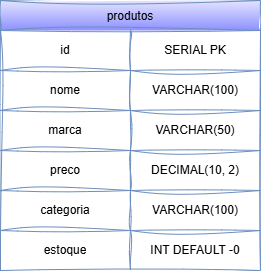
Above: diagramas/produtos.png in gabiyamamoto/progresso-banco-de-dados (draw.io), before the change. Source tidied: cells renumbered, new cells last; positions are measured from the earlier drawing's top-left corner, leaving out a move shared by most shapes.
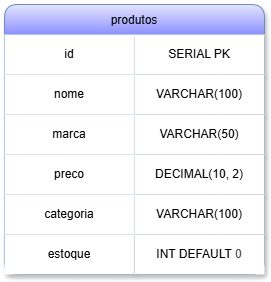
After the commit.

Commit message:
feat: salva png do DER de produtos

What changed in the source:
```diff
@@ -2,61 +2,61 @@
   <root>
     <mxCell id="0" />
     <mxCell id="1" parent="0" />
-    <mxCell id="2" value="produtos" style="shape=table;startSize=30;sketch=1;curveFitting=1;jiggle=2;fillColor=#E4E4FF;strokeColor=#6c8ebf;gradientColor=#8D91FF;swimlaneFillColor=none;" parent="1" vertex="1">
+    <mxCell id="2" value="produtos" style="shape=table;startSize=30;fillColor=#E4E4FF;strokeColor=#6c8ebf;gradientColor=#8D91FF;swimlaneFillColor=none;rounded=1;swimlaneLine=1;shadow=1;" parent="1" vertex="1">
       <mxGeometry width="260" height="270" as="geometry" />
     </mxCell>
-    <mxCell id="3" style="shape=tableRow;horizontal=0;startSize=0;swimlaneHead=0;swimlaneBody=0;strokeColor=inherit;top=0;left=0;bottom=0;right=0;fillColor=none;sketch=1;curveFitting=1;jiggle=2;" parent="2" vertex="1">
+    <mxCell id="3" style="shape=tableRow;horizontal=0;startSize=0;swimlaneHead=0;swimlaneBody=0;strokeColor=inherit;top=0;left=0;bottom=0;right=0;fillColor=none;" parent="2" vertex="1">
       <mxGeometry y="30" width="260" height="40" as="geometry" />
     </mxCell>
-    <mxCell id="4" value="id" style="shape=partialRectangle;html=1;whiteSpace=wrap;strokeColor=inherit;overflow=hidden;fillColor=none;top=0;left=0;bottom=0;right=0;sketch=1;curveFitting=1;jiggle=2;" parent="3" vertex="1">
+    <mxCell id="4" value="id" style="shape=partialRectangle;html=1;whiteSpace=wrap;strokeColor=#d6b656;overflow=hidden;fillColor=#FFFFFF;top=0;left=0;bottom=0;right=0;fillStyle=solid;" parent="3" vertex="1">
       <mxGeometry width="130" height="40" as="geometry" />
     </mxCell>
-    <mxCell id="5" value="SERIAL PK" style="shape=partialRectangle;html=1;whiteSpace=wrap;strokeColor=#6c8ebf;overflow=hidden;fillColor=none;top=0;left=0;bottom=0;right=0;sketch=1;curveFitting=1;jiggle=2;gradientColor=default;" parent="3" vertex="1">
+    <mxCell id="5" value="SERIAL PK" style="shape=partialRectangle;html=1;whiteSpace=wrap;overflow=hidden;top=0;left=0;bottom=0;right=0;shadow=1;" parent="3" vertex="1">
       <mxGeometry x="130" width="130" height="40" as="geometry" />
     </mxCell>
-    <mxCell id="6" style="shape=tableRow;horizontal=0;startSize=0;swimlaneHead=0;swimlaneBody=0;strokeColor=inherit;top=0;left=0;bottom=0;right=0;fillColor=none;sketch=1;curveFitting=1;jiggle=2;" parent="2" vertex="1">
+    <mxCell id="6" style="shape=tableRow;horizontal=0;startSize=0;swimlaneHead=0;swimlaneBody=0;strokeColor=inherit;top=0;left=0;bottom=0;right=0;fillColor=none;" parent="2" vertex="1">
       <mxGeometry y="70" width="260" height="40" as="geometry" />
     </mxCell>
-    <mxCell id="7" value="nome" style="shape=partialRectangle;html=1;whiteSpace=wrap;strokeColor=inherit;overflow=hidden;fillColor=none;top=0;left=0;bottom=0;right=0;sketch=1;curveFitting=1;jiggle=2;" parent="6" vertex="1">
+    <mxCell id="7" value="nome" style="shape=partialRectangle;html=1;whiteSpace=wrap;overflow=hidden;top=0;left=0;bottom=0;right=0;" parent="6" vertex="1">
       <mxGeometry width="130" height="40" as="geometry" />
     </mxCell>
-    <mxCell id="8" value="VARCHAR(100)" style="shape=partialRectangle;html=1;whiteSpace=wrap;strokeColor=inherit;overflow=hidden;fillColor=none;top=0;left=0;bottom=0;right=0;sketch=1;curveFitting=1;jiggle=2;" parent="6" vertex="1">
+    <mxCell id="8" value="VARCHAR(100)" style="shape=partialRectangle;html=1;whiteSpace=wrap;overflow=hidden;top=0;left=0;bottom=0;right=0;shadow=1;" parent="6" vertex="1">
       <mxGeometry x="130" width="130" height="40" as="geometry" />
     </mxCell>
-    <mxCell id="9" style="shape=tableRow;horizontal=0;startSize=0;swimlaneHead=0;swimlaneBody=0;strokeColor=inherit;top=0;left=0;bottom=0;right=0;fillColor=none;sketch=1;curveFitting=1;jiggle=2;" parent="2" vertex="1">
+    <mxCell id="9" style="shape=tableRow;horizontal=0;startSize=0;swimlaneHead=0;swimlaneBody=0;strokeColor=inherit;top=0;left=0;bottom=0;right=0;fillColor=none;" parent="2" vertex="1">
       <mxGeometry y="110" width="260" height="40" as="geometry" />
     </mxCell>
-    <mxCell id="10" value="marca" style="shape=partialRectangle;html=1;whiteSpace=wrap;strokeColor=inherit;overflow=hidden;fillColor=none;top=0;left=0;bottom=0;right=0;sketch=1;curveFitting=1;jiggle=2;" parent="9" vertex="1">
+    <mxCell id="10" value="marca" style="shape=partialRectangle;html=1;whiteSpace=wrap;overflow=hidden;top=0;left=0;bottom=0;right=0;" parent="9" vertex="1">
       <mxGeometry width="130" height="40" as="geometry" />
     </mxCell>
-    <mxCell id="11" value="VARCHAR(50)" style="shape=partialRectangle;html=1;whiteSpace=wrap;strokeColor=inherit;overflow=hidden;fillColor=none;top=0;left=0;bottom=0;right=0;sketch=1;curveFitting=1;jiggle=2;" parent="9" vertex="1">
+    <mxCell id="11" value="VARCHAR(50)" style="shape=partialRectangle;html=1;whiteSpace=wrap;overflow=hidden;top=0;left=0;bottom=0;right=0;shadow=1;" parent="9" vertex="1">
       <mxGeometry x="130" width="130" height="40" as="geometry" />
     </mxCell>
-    <mxCell id="12" style="shape=tableRow;horizontal=0;startSize=0;swimlaneHead=0;swimlaneBody=0;strokeColor=inherit;top=0;left=0;bottom=0;right=0;fillColor=none;sketch=1;curveFitting=1;jiggle=2;" parent="2" vertex="1">
+    <mxCell id="12" style="shape=tableRow;horizontal=0;startSize=0;swimlaneHead=0;swimlaneBody=0;strokeColor=inherit;top=0;left=0;bottom=0;right=0;fillColor=none;" parent="2" vertex="1">
       <mxGeometry y="150" width="260" height="40" as="geometry" />
     </mxCell>
-    <mxCell id="13" value="preco" style="shape=partialRectangle;html=1;whiteSpace=wrap;strokeColor=inherit;overflow=hidden;fillColor=none;top=0;left=0;bottom=0;right=0;sketch=1;curveFitting=1;jiggle=2;" parent="12" vertex="1">
+    <mxCell id="13" value="preco" style="shape=partialRectangle;html=1;whiteSpace=wrap;overflow=hidden;top=0;left=0;bottom=0;right=0;" parent="12" vertex="1">
       <mxGeometry width="130" height="40" as="geometry" />
     </mxCell>
-    <mxCell id="14" value="DECIMAL(10, 2)" style="shape=partialRectangle;html=1;whiteSpace=wrap;strokeColor=inherit;overflow=hidden;fillColor=none;top=0;left=0;bottom=0;right=0;sketch=1;curveFitting=1;jiggle=2;" parent="12" vertex="1">
+    <mxCell id="14" value="DECIMAL(10, 2)" style="shape=partialRectangle;html=1;whiteSpace=wrap;overflow=hidden;top=0;left=0;bottom=0;right=0;shadow=1;" parent="12" vertex="1">
       <mxGeometry x="130" width="130" height="40" as="geometry" />
     </mxCell>
-    <mxCell id="15" style="shape=tableRow;horizontal=0;startSize=0;swimlaneHead=0;swimlaneBody=0;strokeColor=inherit;top=0;left=0;bottom=0;right=0;fillColor=none;sketch=1;curveFitting=1;jiggle=2;" parent="2" vertex="1">
+    <mxCell id="15" style="shape=tableRow;horizontal=0;startSize=0;swimlaneHead=0;swimlaneBody=0;strokeColor=inherit;top=0;left=0;bottom=0;right=0;fillColor=none;" parent="2" vertex="1">
       <mxGeometry y="190" width="260" height="40" as="geometry" />
     </mxCell>
-    <mxCell id="16" value="categoria" style="shape=partialRectangle;html=1;whiteSpace=wrap;strokeColor=inherit;overflow=hidden;fillColor=none;top=0;left=0;bottom=0;right=0;sketch=1;curveFitting=1;jiggle=2;" parent="15" vertex="1">
+    <mxCell id="16" value="categoria" style="shape=partialRectangle;html=1;whiteSpace=wrap;overflow=hidden;top=0;left=0;bottom=0;right=0;" parent="15" vertex="1">
       <mxGeometry width="130" height="40" as="geometry" />
     </mxCell>
-    <mxCell id="17" value="VARCHAR(100)" style="shape=partialRectangle;html=1;whiteSpace=wrap;strokeColor=inherit;overflow=hidden;fillColor=none;top=0;left=0;bottom=0;right=0;sketch=1;curveFitting=1;jiggle=2;" parent="15" vertex="1">
+    <mxCell id="17" value="VARCHAR(100)" style="shape=partialRectangle;html=1;whiteSpace=wrap;overflow=hidden;top=0;left=0;bottom=0;right=0;shadow=1;" parent="15" vertex="1">
       <mxGeometry x="130" width="130" height="40" as="geometry" />
     </mxCell>
-    <mxCell id="18" style="shape=tableRow;horizontal=0;startSize=0;swimlaneHead=0;swimlaneBody=0;strokeColor=inherit;top=0;left=0;bottom=0;right=0;fillColor=none;sketch=1;curveFitting=1;jiggle=2;" parent="2" vertex="1">
+    <mxCell id="18" style="shape=tableRow;horizontal=0;startSize=0;swimlaneHead=0;swimlaneBody=0;strokeColor=inherit;top=0;left=0;bottom=0;right=0;fillColor=none;" parent="2" vertex="1">
       <mxGeometry y="230" width="260" height="40" as="geometry" />
     </mxCell>
-    <mxCell id="19" value="estoque" style="shape=partialRectangle;html=1;whiteSpace=wrap;strokeColor=inherit;overflow=hidden;fillColor=none;top=0;left=0;bottom=0;right=0;sketch=1;curveFitting=1;jiggle=2;" parent="18" vertex="1">
+    <mxCell id="19" value="estoque" style="shape=partialRectangle;html=1;whiteSpace=wrap;overflow=hidden;top=0;left=0;bottom=0;right=0;shadow=1;" parent="18" vertex="1">
       <mxGeometry width="130" height="40" as="geometry" />
     </mxCell>
-    <mxCell id="20" value="INT DEFAULT -0" style="shape=partialRectangle;html=1;whiteSpace=wrap;strokeColor=inherit;overflow=hidden;fillColor=none;top=0;left=0;bottom=0;right=0;sketch=1;curveFitting=1;jiggle=2;" parent="18" vertex="1">
+    <mxCell id="20" value="INT DEFAULT&amp;nbsp;&lt;span style=&quot;color: rgb(63, 63, 63); background-color: transparent;&quot;&gt;0&lt;/span&gt;" style="shape=partialRectangle;html=1;whiteSpace=wrap;overflow=hidden;top=0;left=0;bottom=0;right=0;shadow=1;" parent="18" vertex="1">
       <mxGeometry x="130" width="130" height="40" as="geometry" />
     </mxCell>
   </root>
```
